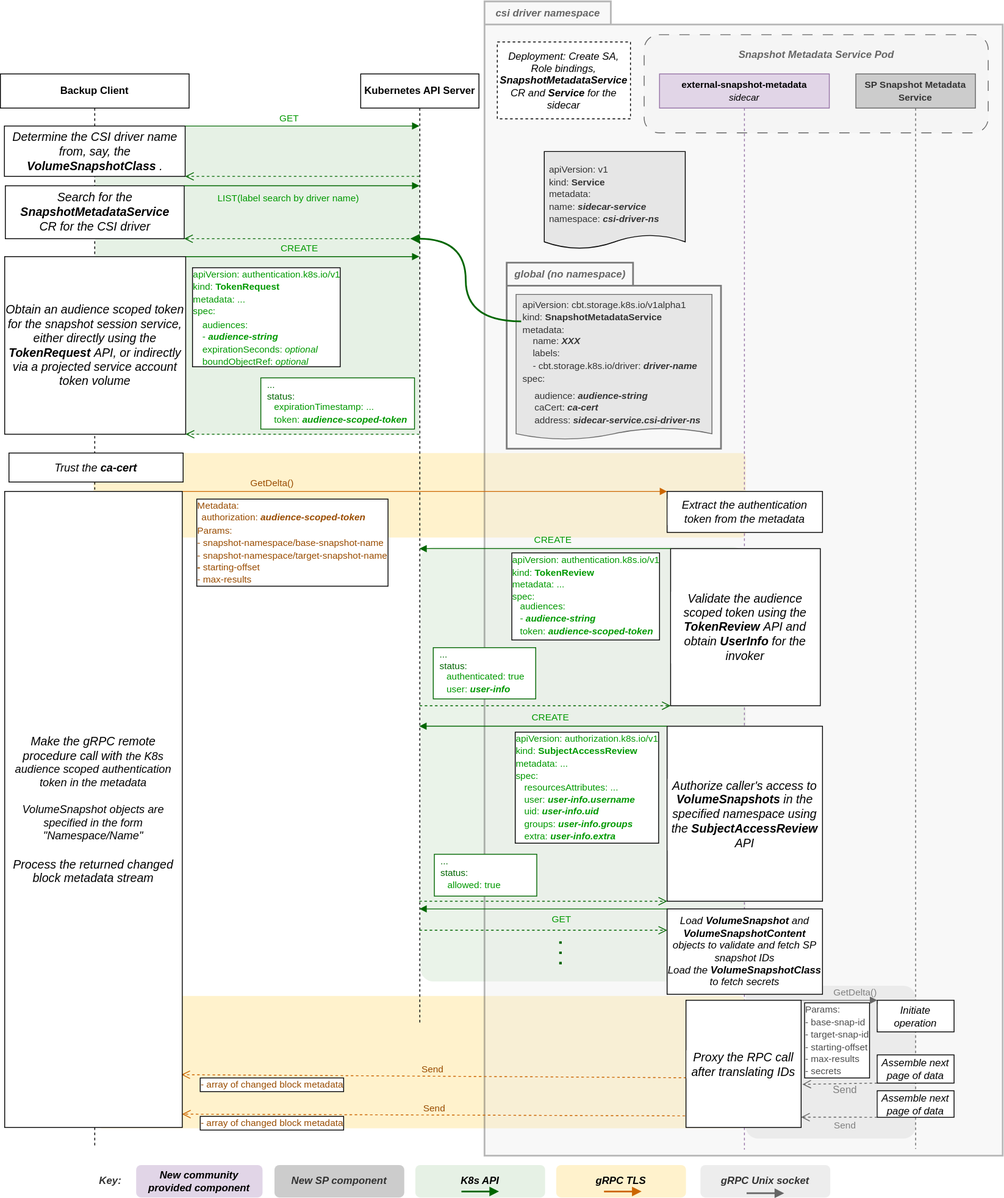
Before: keps/sig-storage/3314-csi-changed-block-tracking/flow.drawio.svg, a diagram exported from draw.io (kubernetes/enhancements). Source tidied: cells renumbered, new cells last; positions are measured from the earlier drawing's top-left corner, leaving out a move shared by most shapes.
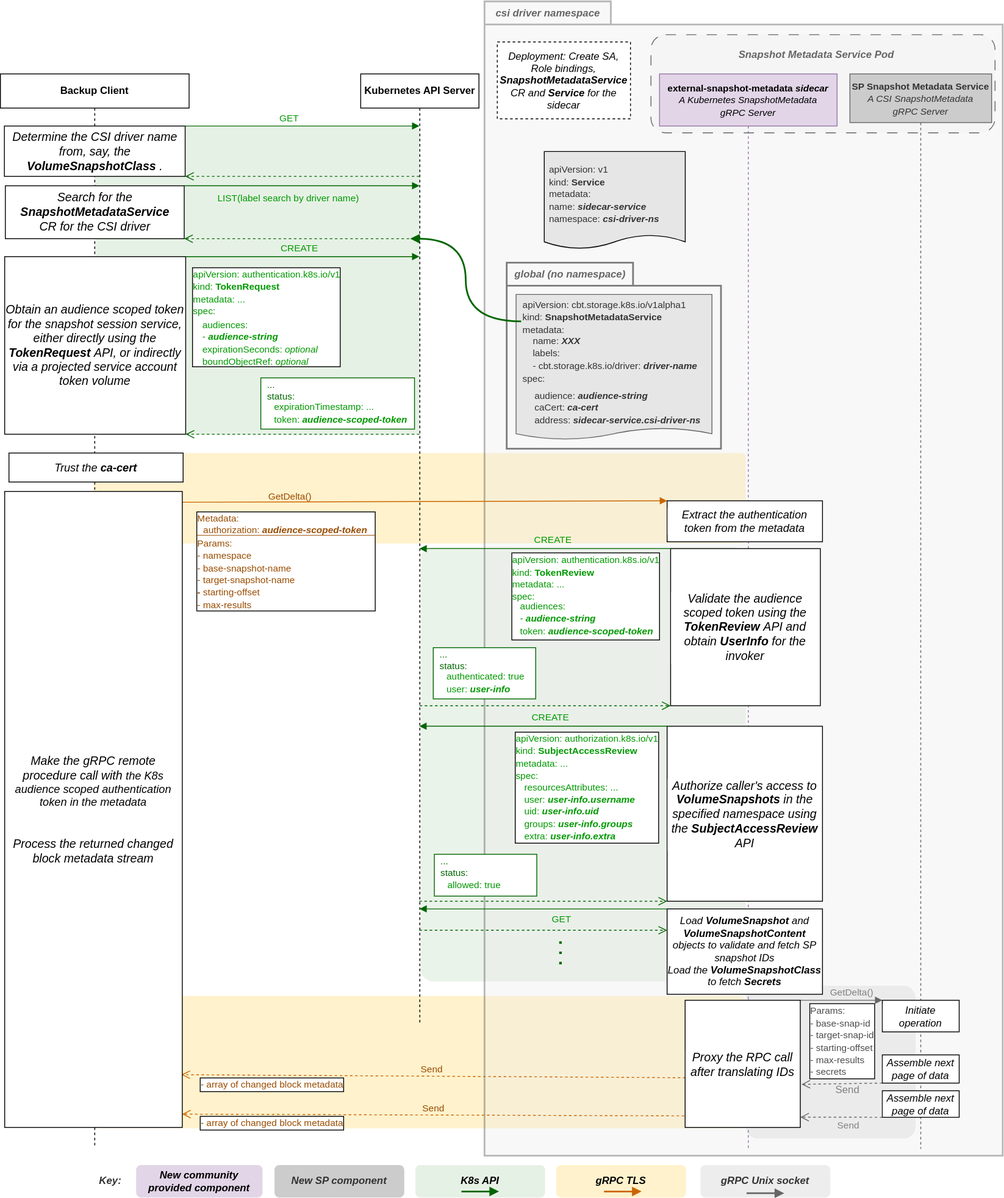
After the change.

Commit message:
Use a separate gRPC API for the sidecar.

Diff of the diagram source:
```diff
@@ -9,7 +9,7 @@
       <mxGeometry x="492" y="639" width="381" height="509" as="geometry" />
     </mxCell>
     <mxCell id="4" style="rounded=1;whiteSpace=wrap;html=1;labelBackgroundColor=none;labelBorderColor=none;fillStyle=solid;fontSize=12;strokeColor=none;fillColor=#fff2cc;arcSize=5;" parent="1" vertex="1">
-      <mxGeometry x="109" y="529" width="764" height="99" as="geometry" />
+      <mxGeometry x="109" y="529" width="764" height="106" as="geometry" />
     </mxCell>
     <mxCell id="5" style="rounded=1;whiteSpace=wrap;html=1;labelBackgroundColor=none;labelBorderColor=none;fillStyle=solid;fontSize=12;strokeColor=none;fillColor=#fff2cc;arcSize=5;" parent="1" vertex="1">
       <mxGeometry x="112" y="1165" width="761" height="155" as="geometry" />
@@ -50,13 +50,13 @@
       <mxGeometry x="873" y="1153" width="199" height="179" as="geometry" />
     </mxCell>
     <mxCell id="17" style="rounded=1;whiteSpace=wrap;html=1;labelBackgroundColor=none;labelBorderColor=none;fillStyle=solid;fontSize=12;fillColor=#f5f5f5;strokeColor=#666666;dashed=1;dashPattern=12 12;fontColor=#333333;shadow=0;" parent="1" vertex="1">
-      <mxGeometry x="754" y="39" width="403" height="115" as="geometry" />
+      <mxGeometry x="762" y="39" width="403" height="115" as="geometry" />
     </mxCell>
     <mxCell id="18" value="&lt;b&gt;Kubernetes API Server&lt;/b&gt;" style="shape=umlLifeline;perimeter=lifelinePerimeter;whiteSpace=wrap;html=1;outlineConnect=0;" parent="1" vertex="1">
       <mxGeometry x="422" y="85" width="138.5" height="1111" as="geometry" />
     </mxCell>
-    <mxCell id="19" value="&lt;font style=&quot;font-size: 11px;&quot; color=&quot;#994c00&quot;&gt;GetDelta()&lt;/font&gt;" style="html=1;verticalAlign=bottom;endArrow=block;labelBackgroundColor=none;strokeColor=#CC6600;fontSize=12;fontColor=#808080;exitX=1;exitY=0;exitDx=0;exitDy=0;entryX=0;entryY=0;entryDx=0;entryDy=0;" parent="1" edge="1" source="51" target="47">
-      <mxGeometry x="-0.63" y="1" relative="1" as="geometry" />
+    <mxCell id="19" value="&lt;font style=&quot;font-size: 11px;&quot; color=&quot;#994c00&quot;&gt;GetDelta()&lt;/font&gt;" style="html=1;verticalAlign=bottom;endArrow=block;labelBackgroundColor=none;strokeColor=#CC6600;fontSize=12;fontColor=#808080;entryX=0;entryY=0;entryDx=0;entryDy=0;exitX=0.999;exitY=0.017;exitDx=0;exitDy=0;exitPerimeter=0;" parent="1" edge="1" source="51" target="47">
+      <mxGeometry x="-0.56" y="-3" relative="1" as="geometry" />
     </mxCell>
     <mxCell id="20" style="html=1;verticalAlign=bottom;endArrow=open;dashed=1;endSize=8;labelBackgroundColor=none;strokeColor=#CC6600;fontSize=12;fontColor=#000000;entryX=0.995;entryY=0.917;entryDx=0;entryDy=0;entryPerimeter=0;exitX=0.003;exitY=0.609;exitDx=0;exitDy=0;exitPerimeter=0;" parent="1" edge="1" source="37" target="51">
       <mxGeometry relative="1" as="geometry" />
@@ -95,28 +95,28 @@
       </mxGeometry>
     </mxCell>
     <mxCell id="30" value="&lt;font style=&quot;font-size: 11px;&quot;&gt;GetDelta()&lt;/font&gt;" style="html=1;verticalAlign=bottom;endArrow=block;labelBackgroundColor=none;strokeColor=#666666;fontSize=12;fontColor=#808080;exitX=1;exitY=0;exitDx=0;exitDy=0;entryX=0;entryY=0;entryDx=0;entryDy=0;" parent="1" edge="1" source="37" target="33">
-      <mxGeometry x="0.42" relative="1" as="geometry" />
+      <mxGeometry x="0.25" relative="1" as="geometry" />
     </mxCell>
-    <mxCell id="31" value="&lt;span style=&quot;font-size: 11px;&quot;&gt;&lt;b&gt;SP Snapshot Metadata Service&lt;/b&gt;&lt;/span&gt;" style="shape=umlLifeline;perimeter=lifelinePerimeter;whiteSpace=wrap;html=1;fillColor=#CCCCCC;strokeColor=#666666;fontColor=#333333;" parent="1" vertex="1">
-      <mxGeometry x="1002" y="85" width="140" height="1259" as="geometry" />
+    <mxCell id="31" value="&lt;span style=&quot;font-size: 11px;&quot;&gt;&lt;b&gt;SP Snapshot Metadata Service&lt;/b&gt;&lt;br&gt;&lt;i style=&quot;&quot;&gt;A CSI SnapshotMetadata&lt;br&gt;gRPC Server&lt;/i&gt;&lt;br&gt;&lt;/span&gt;" style="shape=umlLifeline;perimeter=lifelinePerimeter;whiteSpace=wrap;html=1;fillColor=#CCCCCC;strokeColor=#666666;fontColor=#333333;size=57;" parent="1" vertex="1">
+      <mxGeometry x="995" y="85" width="166" height="1259" as="geometry" />
     </mxCell>
     <mxCell id="32" value="&lt;i&gt;Assemble next page of data&lt;/i&gt;" style="rounded=0;whiteSpace=wrap;html=1;labelBackgroundColor=#FFFFFF;labelBorderColor=none;fillStyle=solid;fontSize=12;fontColor=#000000;" parent="31" vertex="1">
-      <mxGeometry x="25" y="1149" width="90" height="33" as="geometry" />
+      <mxGeometry x="38" y="1149" width="90" height="33" as="geometry" />
     </mxCell>
     <mxCell id="33" value="&lt;i&gt;Initiate operation&lt;/i&gt;" style="rounded=0;whiteSpace=wrap;html=1;labelBackgroundColor=#FFFFFF;labelBorderColor=none;fillStyle=solid;fontSize=12;fontColor=#000000;" parent="31" vertex="1">
-      <mxGeometry x="25" y="1085" width="90" height="37" as="geometry" />
+      <mxGeometry x="38" y="1085" width="90" height="37" as="geometry" />
     </mxCell>
     <mxCell id="34" value="&lt;i&gt;Assemble next page of data&lt;/i&gt;" style="rounded=0;whiteSpace=wrap;html=1;labelBackgroundColor=#FFFFFF;labelBorderColor=none;fillStyle=solid;fontSize=12;fontColor=#000000;" parent="31" vertex="1">
-      <mxGeometry x="25" y="1191" width="90" height="31" as="geometry" />
+      <mxGeometry x="38" y="1191" width="90" height="31" as="geometry" />
     </mxCell>
     <mxCell id="35" value="&lt;font style=&quot;font-size: 11px;&quot;&gt;&lt;font color=&quot;#4d4d4d&quot;&gt;Params:&lt;br&gt;- base-snap-id&lt;br&gt;- target-snap-id&lt;br&gt;- starting-offset&lt;br&gt;- max-results&lt;br&gt;&lt;/font&gt;&lt;span style=&quot;color: rgb(77, 77, 77);&quot;&gt;- secrets&lt;/span&gt;&lt;br&gt;&lt;/font&gt;" style="text;html=1;strokeColor=none;fillColor=none;align=left;verticalAlign=middle;whiteSpace=wrap;rounded=0;fontColor=#009900;labelBorderColor=default;labelBackgroundColor=default;" parent="31" vertex="1">
-      <mxGeometry x="-62" y="1080" width="80" height="103" as="geometry" />
+      <mxGeometry x="-49" y="1081" width="80" height="103" as="geometry" />
     </mxCell>
-    <mxCell id="36" value="&lt;span style=&quot;font-size: 11px;&quot;&gt;&lt;b&gt;external-snapshot-metadata&lt;br&gt;&lt;/b&gt;&lt;i&gt;sidecar&lt;/i&gt;&lt;br&gt;&lt;/span&gt;" style="shape=umlLifeline;perimeter=lifelinePerimeter;whiteSpace=wrap;html=1;fillColor=#e1d5e7;strokeColor=#9673a6;" parent="1" vertex="1">
-      <mxGeometry x="772" y="85" width="198.9" height="1260" as="geometry" />
+    <mxCell id="36" value="&lt;b style=&quot;font-size: 11px;&quot;&gt;external-snapshot-metadata&amp;nbsp;&lt;/b&gt;&lt;span style=&quot;font-size: 11px;&quot;&gt;&lt;b&gt;&lt;i&gt;sidecar&lt;/i&gt;&lt;/b&gt;&lt;/span&gt;&lt;br&gt;&lt;i style=&quot;&quot;&gt;&lt;font style=&quot;font-size: 11px;&quot;&gt;A Kubernetes SnapshotMetadata&lt;br&gt;gRPC Server&lt;/font&gt;&lt;/i&gt;" style="shape=umlLifeline;perimeter=lifelinePerimeter;whiteSpace=wrap;html=1;fillColor=#e1d5e7;strokeColor=#9673a6;size=61;" parent="1" vertex="1">
+      <mxGeometry x="772" y="85" width="208" height="1260" as="geometry" />
     </mxCell>
     <mxCell id="37" value="&lt;font style=&quot;font-size: 14px;&quot;&gt;&lt;i&gt;Proxy the RPC call after translating IDs&lt;/i&gt;&lt;/font&gt;" style="rounded=0;whiteSpace=wrap;html=1;labelBackgroundColor=#FFFFFF;labelBorderColor=none;fillStyle=solid;fontSize=12;fontColor=#000000;" parent="36" vertex="1">
-      <mxGeometry x="31" y="1085" width="134.9" height="149" as="geometry" />
+      <mxGeometry x="30" y="1085" width="134.9" height="149" as="geometry" />
     </mxCell>
     <mxCell id="38" value="&lt;font color=&quot;#666666&quot;&gt;&lt;i&gt;global (no namespace)&lt;/i&gt;&lt;/font&gt;" style="shape=folder;fontStyle=1;tabWidth=148;tabHeight=27;tabPosition=left;html=1;boundedLbl=1;labelInHeader=1;labelBackgroundColor=none;fillColor=none;strokeColor=#000000;strokeWidth=2;fontColor=#333333;perimeterSpacing=0;opacity=50;" parent="36" vertex="1">
       <mxGeometry x="-179" y="221" width="251" height="218" as="geometry" />
@@ -148,9 +148,9 @@
       <mxGeometry x="8.9" y="764" width="182" height="205" as="geometry" />
     </mxCell>
     <mxCell id="47" value="&lt;span style=&quot;font-size: 13px;&quot;&gt;&lt;i&gt;Extract the authentication token from the metadata&lt;/i&gt;&lt;/span&gt;" style="rounded=0;whiteSpace=wrap;html=1;labelBackgroundColor=#FFFFFF;labelBorderColor=none;fillStyle=solid;fontSize=12;fontColor=#000000;" parent="36" vertex="1">
-      <mxGeometry x="8.9" y="489" width="182" height="48" as="geometry" />
+      <mxGeometry x="8.9" y="500" width="182" height="48" as="geometry" />
     </mxCell>
-    <mxCell id="48" value="&lt;font style=&quot;font-size: 12px;&quot; color=&quot;#000000&quot;&gt;&lt;i&gt;Load &lt;b&gt;VolumeSnapshot&lt;/b&gt; and &lt;b&gt;VolumeSnapshotContent&lt;/b&gt; objects to validate and fetch SP snapshot IDs&lt;br&gt;Load the &lt;b&gt;VolumeSnapshotClass&lt;/b&gt; to fetch secrets&lt;/i&gt;&lt;br&gt;&lt;/font&gt;" style="rounded=0;whiteSpace=wrap;html=1;labelBackgroundColor=none;labelBorderColor=none;fillStyle=solid;fontSize=12;fontColor=#007FFF;" parent="36" vertex="1">
+    <mxCell id="48" value="&lt;font style=&quot;font-size: 12px;&quot; color=&quot;#000000&quot;&gt;&lt;i&gt;Load &lt;b&gt;VolumeSnapshot&lt;/b&gt; and &lt;b&gt;VolumeSnapshotContent&lt;/b&gt; objects to validate and fetch SP snapshot IDs&lt;br&gt;Load the &lt;b&gt;VolumeSnapshotClass&lt;/b&gt; to fetch &lt;b&gt;Secrets&lt;/b&gt;&lt;/i&gt;&lt;br&gt;&lt;/font&gt;" style="rounded=0;whiteSpace=wrap;html=1;labelBackgroundColor=none;labelBorderColor=none;fillStyle=solid;fontSize=12;fontColor=#007FFF;" parent="36" vertex="1">
       <mxGeometry x="8.9" y="978" width="182" height="100" as="geometry" />
     </mxCell>
     <mxCell id="49" value="&lt;i&gt;&lt;font style=&quot;font-size: 14px;&quot;&gt;Validate the audience scoped token using the &lt;b&gt;TokenReview&lt;/b&gt; API and obtain &lt;b&gt;UserInfo&lt;/b&gt; for the invoker&lt;/font&gt;&lt;/i&gt;" style="rounded=0;whiteSpace=wrap;html=1;labelBackgroundColor=#FFFFFF;labelBorderColor=none;fillStyle=solid;fontSize=12;fontColor=#000000;strokeWidth=1;" parent="36" vertex="1">
@@ -159,7 +159,7 @@
     <mxCell id="50" value="&lt;b&gt;Backup Client&lt;/b&gt;" style="shape=umlLifeline;perimeter=lifelinePerimeter;whiteSpace=wrap;html=1;" parent="1" vertex="1">
       <mxGeometry y="85" width="221" height="1258" as="geometry" />
     </mxCell>
-    <mxCell id="51" value="&lt;font color=&quot;#000000&quot;&gt;&lt;i&gt;&lt;font style=&quot;font-size: 14px;&quot;&gt;Make the gRPC remote procedure call with&amp;nbsp;&lt;/font&gt;&lt;/i&gt;&lt;/font&gt;&lt;i style=&quot;border-color: var(--border-color); color: rgb(0, 0, 0); font-size: 13px;&quot;&gt;the K8s audience scoped authentication token in the metadata&lt;br&gt;&lt;br&gt;VolumeSnapshot objects are specified in the form &quot;Namespace/Name&quot;&lt;br&gt;&lt;/i&gt;&lt;font color=&quot;#000000&quot;&gt;&lt;i&gt;&lt;font style=&quot;font-size: 14px;&quot;&gt;&lt;br&gt;Process the returned changed block metadata stream&lt;/font&gt;&lt;/i&gt;&lt;br&gt;&lt;/font&gt;" style="rounded=0;whiteSpace=wrap;html=1;labelBackgroundColor=none;labelBorderColor=none;fillStyle=solid;fontSize=12;fontColor=#007FFF;" parent="50" vertex="1">
+    <mxCell id="51" value="&lt;font color=&quot;#000000&quot;&gt;&lt;i&gt;&lt;font style=&quot;font-size: 14px;&quot;&gt;Make the gRPC remote procedure call with&amp;nbsp;&lt;/font&gt;&lt;/i&gt;&lt;/font&gt;&lt;i style=&quot;border-color: var(--border-color); color: rgb(0, 0, 0); font-size: 13px;&quot;&gt;the K8s audience scoped authentication token in the metadata&lt;br&gt;&lt;br&gt;&lt;/i&gt;&lt;font color=&quot;#000000&quot;&gt;&lt;i&gt;&lt;font style=&quot;font-size: 14px;&quot;&gt;&lt;br&gt;Process the returned changed block metadata stream&lt;/font&gt;&lt;/i&gt;&lt;br&gt;&lt;/font&gt;" style="rounded=0;whiteSpace=wrap;html=1;labelBackgroundColor=none;labelBorderColor=none;fillStyle=solid;fontSize=12;fontColor=#007FFF;" parent="50" vertex="1">
       <mxGeometry x="5" y="489" width="208" height="745" as="geometry" />
     </mxCell>
     <mxCell id="52" value="&lt;i style=&quot;font-size: 13px;&quot;&gt;Trust the&amp;nbsp;&lt;b&gt;ca-cert&lt;/b&gt;&lt;br&gt;&lt;/i&gt;" style="rounded=0;whiteSpace=wrap;html=1;labelBackgroundColor=#FFFFFF;labelBorderColor=none;fillStyle=solid;fontSize=12;fontColor=#000000;" parent="50" vertex="1">
@@ -350,14 +350,14 @@
     <mxCell id="103" value="&lt;span style=&quot;color: rgb(0, 153, 0); font-size: 11px;&quot;&gt;expirationTimestamp: ...&lt;/span&gt;&lt;br style=&quot;border-color: var(--border-color); color: rgb(0, 153, 0); font-size: 11px;&quot;&gt;&lt;span style=&quot;color: rgb(0, 153, 0); font-size: 11px;&quot;&gt;token:&amp;nbsp;&lt;/span&gt;&lt;i style=&quot;border-color: var(--border-color); color: rgb(0, 153, 0); font-size: 11px;&quot;&gt;&lt;b style=&quot;border-color: var(--border-color);&quot;&gt;audience-scoped-token&lt;/b&gt;&lt;/i&gt;&lt;font color=&quot;#009900&quot;&gt;&lt;span style=&quot;font-size: 11px;&quot;&gt;&lt;br&gt;&lt;/span&gt;&lt;/font&gt;" style="text;html=1;strokeColor=none;fillColor=none;align=left;verticalAlign=middle;whiteSpace=wrap;rounded=0;dashed=1;fontColor=#666666;" parent="100" vertex="1">
       <mxGeometry x="20" y="29" width="163" height="24.9" as="geometry" />
     </mxCell>
-    <mxCell id="104" style="group;" parent="1" vertex="1">
-      <mxGeometry x="228" y="582" width="245" height="103" as="geometry" />
-    </mxCell>
-    <mxCell id="105" value="&lt;font style=&quot;font-size: 11px;&quot;&gt;&lt;font color=&quot;#994c00&quot;&gt;Metadata:&lt;br&gt;&amp;nbsp;&amp;nbsp;&lt;br&gt;Params:&lt;br&gt;- snapshot-namespace/base-snapshot-name&lt;br&gt;- snapshot-namespace/target-snapshot-name&amp;nbsp;&lt;br&gt;&lt;b&gt;- &lt;/b&gt;starting-offset&lt;br&gt;- max-results&lt;/font&gt;&lt;br&gt;&lt;/font&gt;" style="text;html=1;strokeColor=none;fillColor=none;align=left;verticalAlign=middle;whiteSpace=wrap;rounded=0;fontColor=#009900;labelBorderColor=default;labelBackgroundColor=default;" parent="104" vertex="1">
-      <mxGeometry width="245" height="103" as="geometry" />
-    </mxCell>
+    <mxCell id="107" value="                                                            " style="group;" parent="1" vertex="1">
+      <mxGeometry x="228" y="604" width="214" height="103" as="geometry" />
+    </mxCell>
+    <mxCell id="108" value="&lt;font style=&quot;font-size: 11px;&quot;&gt;&lt;font color=&quot;#994c00&quot;&gt;Metadata:&lt;br&gt;&amp;nbsp; &amp;nbsp; __________________________________&lt;br&gt;Params:&lt;br&gt;- namespace&lt;br&gt;- base-snapshot-name&lt;br&gt;- target-snapshot-name&amp;nbsp;&lt;br&gt;&lt;b&gt;- &lt;/b&gt;starting-offset&lt;br&gt;- max-results&lt;/font&gt;&lt;br&gt;&lt;/font&gt;" style="text;html=1;strokeColor=none;fillColor=none;align=left;verticalAlign=middle;whiteSpace=wrap;rounded=0;fontColor=#009900;labelBorderColor=default;labelBackgroundColor=default;" parent="107" vertex="1">
+      <mxGeometry width="214" height="103" as="geometry" />
+    </mxCell>
-    <mxCell id="106" value="&lt;span style=&quot;font-size: 11px;&quot;&gt;&lt;font color=&quot;#994c00&quot;&gt;authorization: &lt;i style=&quot;&quot;&gt;&lt;b style=&quot;&quot;&gt;audience-scoped-token&lt;/b&gt;&lt;/i&gt;&lt;/font&gt;&lt;br&gt;&lt;/span&gt;" style="text;html=1;strokeColor=none;fillColor=none;align=left;verticalAlign=middle;whiteSpace=wrap;rounded=0;dashed=1;fontColor=#666666;" parent="104" vertex="1">
-      <mxGeometry x="6" y="10" width="206" height="24.9" as="geometry" />
+    <mxCell id="106" value="&lt;span style=&quot;font-size: 11px;&quot;&gt;&lt;font color=&quot;#994c00&quot;&gt;authorization: &lt;i style=&quot;&quot;&gt;&lt;b style=&quot;&quot;&gt;audience-scoped-token&lt;/b&gt;&lt;/i&gt;&lt;/font&gt;&lt;br&gt;&lt;/span&gt;" style="text;html=1;strokeColor=none;fillColor=none;align=left;verticalAlign=middle;whiteSpace=wrap;rounded=0;dashed=1;fontColor=#666666;" parent="107" vertex="1">
+      <mxGeometry x="8" y="3" width="206" height="24.9" as="geometry" />
     </mxCell>
   </root>
 </mxGraphModel>
```
